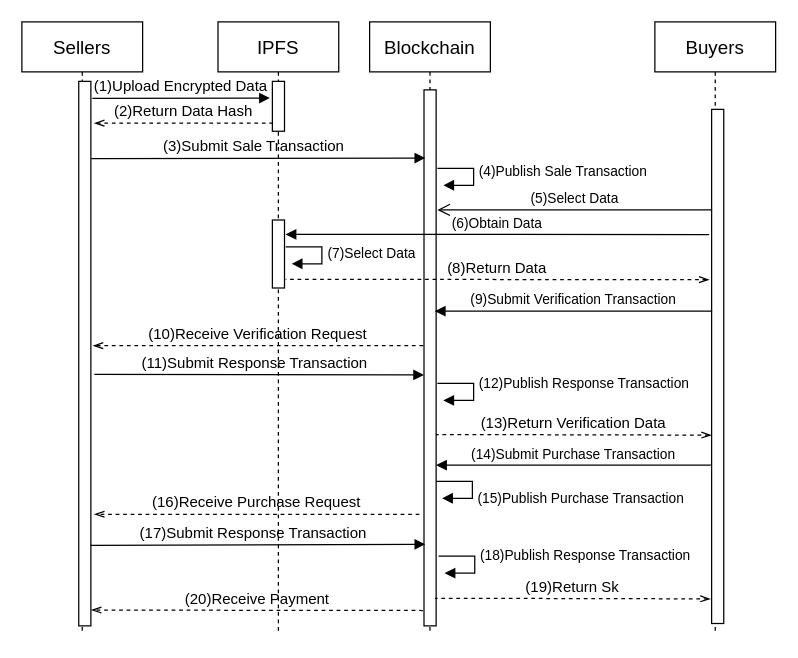
yyuu-6/1111 keeps this draw.io diagram as newworkflow0827.drawio. Above is the earlier version. Source tidied: cells renumbered, new cells numbered last; positions are measured from the earlier drawing's top-left corner, leaving out a move shared by most shapes. Both pictures are drawn from the tidied source at 125%, with x=0, y=0 at pixel (21, 21).
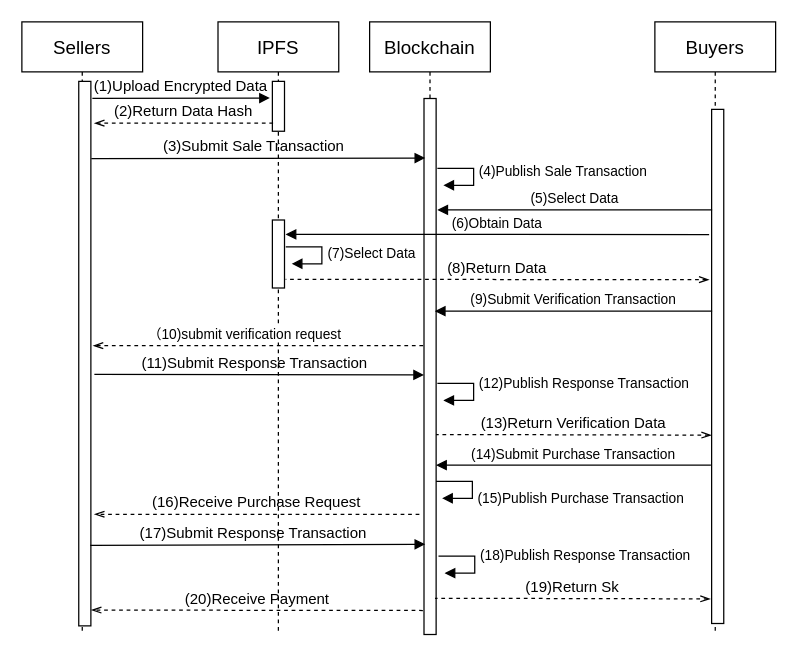
The same page after the edit.

Unchanged cells that the change refers to:
```xml
<mxCell id="10" value="Blockchain" style="shape=umlLifeline;perimeter=lifelinePerimeter;rounded=0;shadow=0;strokeWidth=1;fontSize=15;" parent="1" vertex="1">
  <mxGeometry x="278.2" width="96.6" height="490" as="geometry" />
</mxCell>
```

The edit, as a diff of the source:
```diff
@@
     <mxCell id="11" style="perimeter=orthogonalPerimeter;rounded=0;shadow=0;strokeWidth=1;" parent="10" vertex="1">
-      <mxGeometry x="43.5" y="54.4" width="9.7" height="428.8" as="geometry" />
+      <mxGeometry x="43.5" y="61.3" width="9.7" height="428.8" as="geometry" />
     </mxCell>
@@
-    <mxCell id="14" value="(5)Select Data" style="html=1;verticalAlign=bottom;endArrow=open;endSize=8;labelBackgroundColor=none;" parent="1" edge="1">
+    <mxCell id="14" value="(5)Select Data" style="html=1;verticalAlign=bottom;endArrow=block;labelBackgroundColor=none;rounded=1;startArrow=none;startFill=0;endFill=1;" parent="1" edge="1">
       <mxGeometry x="20" y="30" as="geometry">
         <mxPoint x="552.2" y="150.4" as="sourcePoint" />
         <mxPoint x="332.4" y="150.4" as="targetPoint" />
       </mxGeometry>
     </mxCell>
@@
-    <mxCell id="24" value="(10)Receive Verification Request" style="verticalAlign=bottom;endArrow=openThin;shadow=0;strokeWidth=1;dashed=1;endFill=0;fontSize=12;labelBackgroundColor=none;" parent="1" edge="1">
-      <mxGeometry x="16" y="30" as="geometry">
-        <mxPoint x="321" y="259" as="sourcePoint" />
-        <mxPoint x="57" y="259" as="targetPoint" />
-      </mxGeometry>
-    </mxCell>
@@
+    <mxCell id="31" style="endArrow=openThin;html=1;rounded=1;dashed=1;endFill=0;" parent="1" edge="1">
+      <mxGeometry relative="1" as="geometry">
+        <mxPoint x="321" y="259" as="sourcePoint" />
+        <mxPoint x="57" y="259" as="targetPoint" />
+      </mxGeometry>
+    </mxCell>
+    <mxCell id="32" value="（10)submit verification request" style="edgeLabel;html=1;align=center;verticalAlign=middle;" parent="31" vertex="1">
+      <mxGeometry x="0.18" y="-2" relative="1" as="geometry">
+        <mxPoint x="12" y="-8" as="offset" />
+      </mxGeometry>
+    </mxCell>
```
